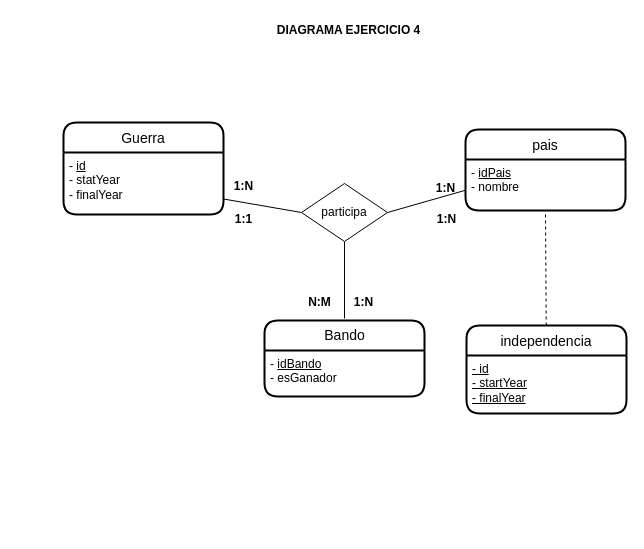
Earlier version of the draw.io diagram ex04.drawio (JuanMarinG/TA12_MYSQL). Source tidied: cells renumbered, new cells numbered last; positions are measured from the earlier drawing's top-left corner, leaving out a move shared by most shapes. Both pictures are drawn from the tidied source at 100%, with x=0, y=0 at pixel (63, 17).
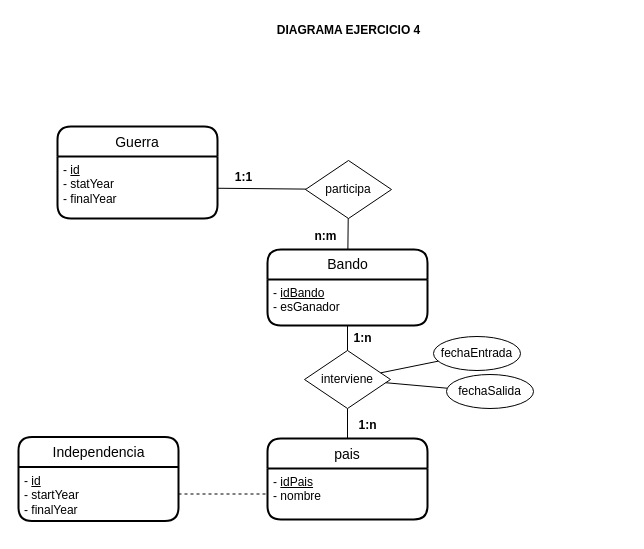
After the change.

The change refers to these unchanged cells:
```xml
<mxCell id="3" value="- &lt;u&gt;id&lt;/u&gt;&lt;br&gt;- statYear&lt;br&gt;- finalYear" style="align=left;strokeColor=none;fillColor=none;spacingLeft=4;fontSize=12;verticalAlign=top;html=1;" parent="2" vertex="1">
  <mxGeometry y="30" width="160" height="62" as="geometry" />
</mxCell>
<mxCell id="5" value="- &lt;u&gt;idPais&lt;/u&gt;&lt;br&gt;- nombre" style="align=left;strokeColor=none;fillColor=none;spacingLeft=4;fontSize=12;verticalAlign=top;fontStyle=0;html=1;" parent="4" vertex="1">
  <mxGeometry y="30" width="160" height="51" as="geometry" />
</mxCell>
<mxCell id="8" value="&lt;div&gt;- &lt;u&gt;idBando&lt;/u&gt;&lt;br&gt;&lt;/div&gt;&lt;div&gt;- esGanador&lt;/div&gt;&lt;div&gt;&lt;br&gt;&lt;/div&gt;" style="align=left;strokeColor=none;fillColor=none;spacingLeft=4;fontSize=12;verticalAlign=top;html=1;" parent="7" vertex="1">
  <mxGeometry y="30" width="160" height="46" as="geometry" />
</mxCell>
```

The edit, as a diff of the source:
```diff
@@
     <mxCell id="2" value="Guerra" style="swimlane;horizontal=1;startSize=30;rounded=1;fontSize=14;fontStyle=0;strokeWidth=2;shadow=0;dashed=0;align=center;" parent="1" vertex="1">
-      <mxGeometry y="105" width="160" height="92" as="geometry" />
+      <mxGeometry x="-6" y="109" width="160" height="92" as="geometry" />
     </mxCell>
@@
     <mxCell id="4" value="pais" style="swimlane;horizontal=1;startSize=30;rounded=1;fontSize=14;fontStyle=0;strokeWidth=2;shadow=0;dashed=0;align=center;" parent="1" vertex="1">
-      <mxGeometry x="402" y="112" width="160" height="81" as="geometry" />
+      <mxGeometry x="204" y="421" width="160" height="81" as="geometry" />
     </mxCell>
@@
     <mxCell id="6" value="participa" style="rhombus;whiteSpace=wrap;html=1;fontSize=12;" parent="1" vertex="1">
-      <mxGeometry x="238" y="166" width="86" height="58" as="geometry" />
+      <mxGeometry x="242" y="143" width="86" height="58" as="geometry" />
     </mxCell>
     <mxCell id="7" value="Bando" style="swimlane;horizontal=1;startSize=30;rounded=1;fontSize=14;fontStyle=0;strokeWidth=2;shadow=0;dashed=0;align=center;html=1;" parent="1" vertex="1">
-      <mxGeometry x="201" y="303" width="160" height="76" as="geometry" />
+      <mxGeometry x="204" y="232" width="160" height="76" as="geometry" />
     </mxCell>
@@
-    <mxCell id="9" style="endArrow=none;html=1;rounded=0;fontSize=12;exitX=1;exitY=0.75;exitDx=0;exitDy=0;entryX=0;entryY=0.5;entryDx=0;entryDy=0;" parent="1" edge="1" source="3" target="6">
+    <mxCell id="9" style="endArrow=none;html=1;rounded=0;fontSize=12;" parent="1" edge="1" source="3" target="6">
       <mxGeometry relative="1" as="geometry" />
     </mxCell>
-    <mxCell id="10" style="endArrow=none;html=1;rounded=0;fontSize=12;entryX=0;entryY=0.75;entryDx=0;entryDy=0;exitX=1;exitY=0.5;exitDx=0;exitDy=0;" parent="1" edge="1" source="6" target="4">
+    <mxCell id="10" style="endArrow=none;html=1;rounded=0;fontSize=12;" parent="1" edge="1" source="23" target="4">
       <mxGeometry relative="1" as="geometry" />
     </mxCell>
-    <mxCell id="11" style="endArrow=none;html=1;rounded=0;fontSize=12;exitX=0.5;exitY=1;exitDx=0;exitDy=0;" parent="1" edge="1" source="6">
-      <mxGeometry relative="1" as="geometry">
-        <mxPoint x="281" y="301" as="targetPoint" />
-      </mxGeometry>
+    <mxCell id="11" style="endArrow=none;html=1;rounded=0;fontSize=12;" parent="1" edge="1" source="6" target="7">
+      <mxGeometry relative="1" as="geometry" />
     </mxCell>
@@
-    <mxCell id="13" value="&lt;b&gt;1:N&lt;/b&gt;" style="text;html=1;align=center;verticalAlign=middle;strokeColor=none;fillColor=none;" parent="1" vertex="1">
-      <mxGeometry x="162" y="156" width="36" height="26" as="geometry" />
+    <mxCell id="13" value="&lt;b&gt;1:1&lt;/b&gt;" style="text;html=1;align=center;verticalAlign=middle;strokeColor=none;fillColor=none;" parent="1" vertex="1">
+      <mxGeometry x="162" y="147" width="35" height="26" as="geometry" />
     </mxCell>
-    <mxCell id="14" value="&lt;b&gt;1:N&lt;/b&gt;" style="text;html=1;align=center;verticalAlign=middle;strokeColor=none;fillColor=none;" parent="1" vertex="1">
-      <mxGeometry x="282" y="272" width="36" height="26" as="geometry" />
-    </mxCell>
-    <mxCell id="15" value="&lt;b&gt;1:N&lt;/b&gt;" style="text;html=1;align=center;verticalAlign=middle;strokeColor=none;fillColor=none;" parent="1" vertex="1">
-      <mxGeometry x="364" y="158" width="36" height="26" as="geometry" />
-    </mxCell>
-    <mxCell id="16" value="&lt;b&gt;1:N&lt;/b&gt;" style="text;html=1;align=center;verticalAlign=middle;strokeColor=none;fillColor=none;" parent="1" vertex="1">
-      <mxGeometry x="365" y="189" width="36" height="26" as="geometry" />
-    </mxCell>
-    <mxCell id="17" value="&lt;b&gt;N:M&lt;/b&gt;" style="text;html=1;align=center;verticalAlign=middle;strokeColor=none;fillColor=none;" parent="1" vertex="1">
-      <mxGeometry x="236" y="272" width="39" height="26" as="geometry" />
+    <mxCell id="17" value="&lt;b&gt;n:m&lt;/b&gt;" style="text;html=1;align=center;verticalAlign=middle;strokeColor=none;fillColor=none;" parent="1" vertex="1">
+      <mxGeometry x="242" y="206" width="40" height="26" as="geometry" />
     </mxCell>
-    <mxCell id="18" value="&lt;b&gt;1:1&lt;/b&gt;" style="text;html=1;align=center;verticalAlign=middle;strokeColor=none;fillColor=none;" parent="1" vertex="1">
-      <mxGeometry x="162" y="189" width="35" height="26" as="geometry" />
-    </mxCell>
-    <mxCell id="19" style="endArrow=none;dashed=1;html=1;rounded=0;fontSize=18;entryX=0.5;entryY=1;entryDx=0;entryDy=0;" parent="1" edge="1" source="20" target="5">
+    <mxCell id="19" style="endArrow=none;dashed=1;html=1;rounded=0;fontSize=18;" parent="1" edge="1" source="21" target="5">
       <mxGeometry relative="1" as="geometry" />
     </mxCell>
-    <mxCell id="20" value="independencia" style="swimlane;horizontal=1;startSize=30;rounded=1;fontSize=14;fontStyle=0;strokeWidth=2;shadow=0;dashed=0;align=center;" parent="1" vertex="1">
-      <mxGeometry x="403" y="308" width="160" height="88" as="geometry" />
-    </mxCell>
+    <mxCell id="22" value="Independencia" style="swimlane;horizontal=1;startSize=30;rounded=1;fontSize=14;fontStyle=0;strokeWidth=2;shadow=0;dashed=0;align=center;html=1;" parent="1" vertex="1">
+      <mxGeometry x="-45" y="419.5" width="160" height="84" as="geometry" />
+    </mxCell>
-    <mxCell id="21" value="- id&lt;br&gt;- startYear&lt;br&gt;- finalYear&lt;br&gt;" style="align=left;strokeColor=none;fillColor=none;spacingLeft=4;fontSize=12;verticalAlign=top;fontStyle=4;html=1;" parent="20" vertex="1">
-      <mxGeometry y="30" width="160" height="58" as="geometry" />
+    <mxCell id="21" value="&lt;div&gt;- &lt;u&gt;id&lt;/u&gt;&lt;/div&gt;&lt;div&gt;&lt;span style=&quot;background-color: initial;&quot;&gt;- startYear&lt;/span&gt;&lt;/div&gt;&lt;div&gt;&lt;span style=&quot;background-color: initial;&quot;&gt;- finalYear&lt;/span&gt;&lt;/div&gt;&lt;div&gt;&lt;br&gt;&lt;/div&gt;" style="align=left;strokeColor=none;fillColor=none;spacingLeft=4;fontSize=12;verticalAlign=top;html=1;" parent="22" vertex="1">
+      <mxGeometry y="30" width="160" height="54" as="geometry" />
     </mxCell>
+    <mxCell id="23" value="interviene" style="rhombus;whiteSpace=wrap;html=1;fontSize=12;" parent="1" vertex="1">
+      <mxGeometry x="241" y="333" width="86" height="58" as="geometry" />
+    </mxCell>
+    <mxCell id="24" style="endArrow=none;html=1;rounded=0;fontSize=12;" parent="1" edge="1" source="8" target="23">
+      <mxGeometry relative="1" as="geometry" />
+    </mxCell>
+    <mxCell id="25" value="fechaEntrada" style="ellipse;whiteSpace=wrap;html=1;" parent="1" vertex="1">
+      <mxGeometry x="370" y="319" width="87" height="34" as="geometry" />
+    </mxCell>
+    <mxCell id="26" value="fechaSalida" style="ellipse;whiteSpace=wrap;html=1;" parent="1" vertex="1">
+      <mxGeometry x="383" y="357" width="87" height="34" as="geometry" />
+    </mxCell>
+    <mxCell id="27" style="endArrow=none;html=1;rounded=0;fontSize=12;" parent="1" edge="1" source="25" target="23">
+      <mxGeometry relative="1" as="geometry" />
+    </mxCell>
+    <mxCell id="28" style="endArrow=none;html=1;rounded=0;fontSize=12;" parent="1" edge="1" source="26" target="23">
+      <mxGeometry relative="1" as="geometry" />
+    </mxCell>
+    <mxCell id="29" value="&lt;b&gt;1:n&lt;/b&gt;" style="text;html=1;align=center;verticalAlign=middle;strokeColor=none;fillColor=none;" parent="1" vertex="1">
+      <mxGeometry x="286" y="395" width="36" height="26" as="geometry" />
+    </mxCell>
+    <mxCell id="30" value="&lt;b&gt;1:n&lt;/b&gt;" style="text;html=1;align=center;verticalAlign=middle;strokeColor=none;fillColor=none;" parent="1" vertex="1">
+      <mxGeometry x="281" y="308" width="36" height="26" as="geometry" />
+    </mxCell>
```
